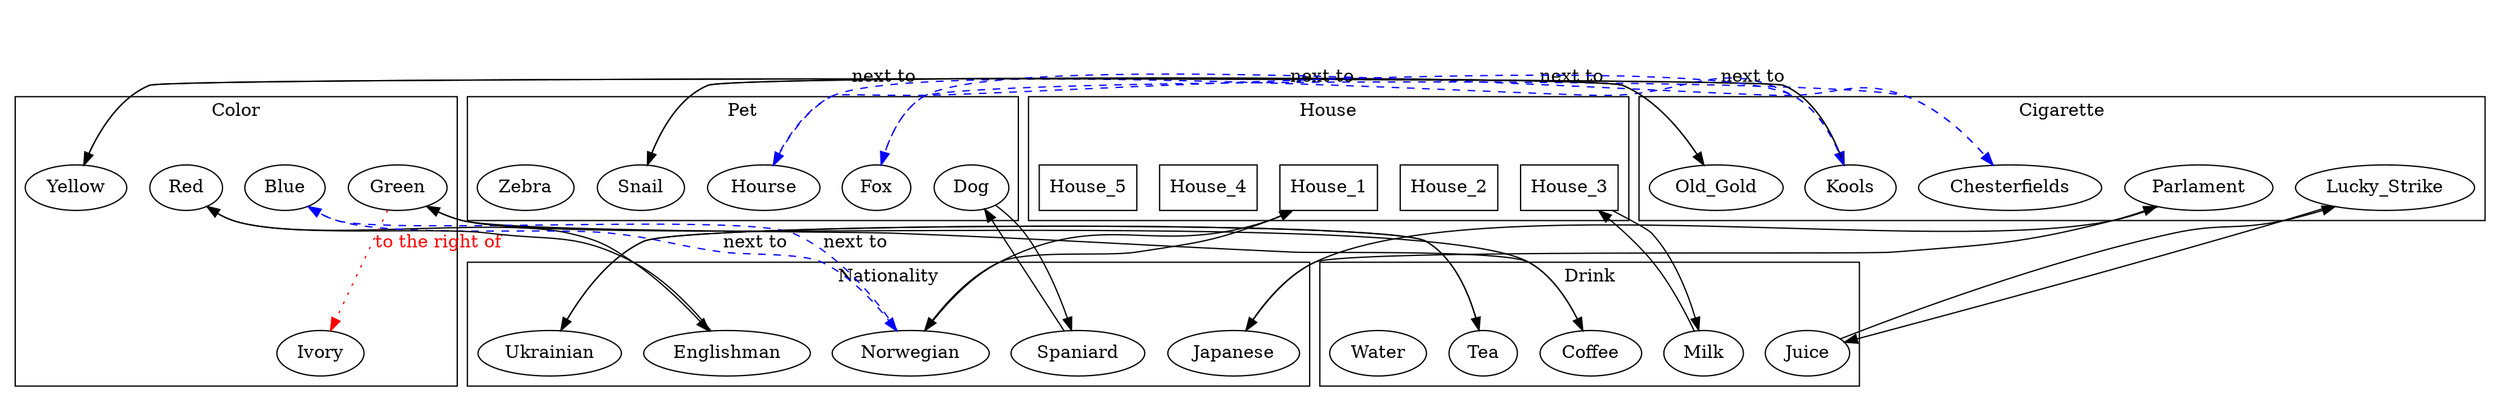
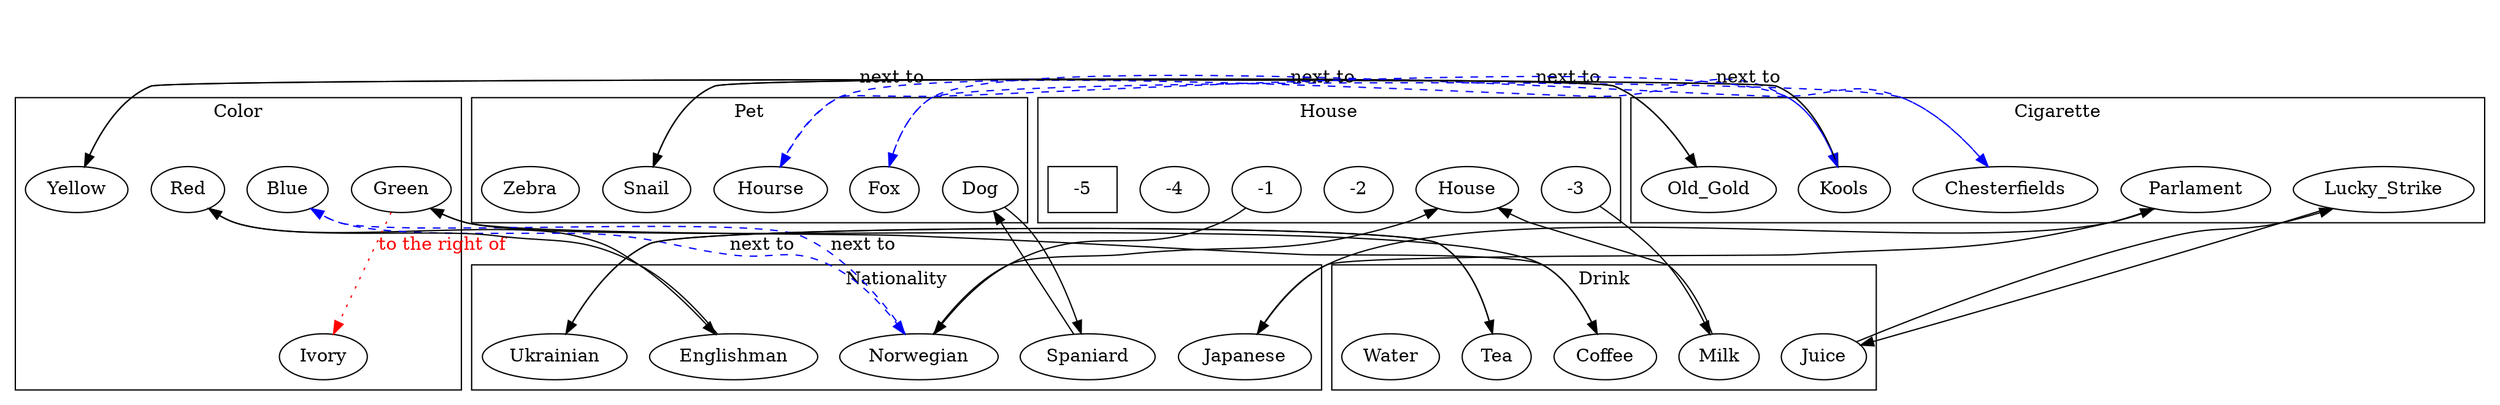
digraph G {
    subgraph cluster_house {
-         House_1, House_2, House_3, House_4, House_5 [shape=box];
+         House-1, House-2, House-3, House-4, House-5 [shape=box];
        label="House";
    }

    subgraph cluster_color {
        Ivory, Yellow, Red, Green, Blue;
        label="Color";
    }

    subgraph cluster_nation {
        Englishman, Spaniard, Ukrainian, Japanese, Norwegian;
        label="Nationality";
    }

    subgraph cluster_pet {
        Dog, Hourse, Snail, Fox, Zebra;
        label="Pet";
    }

    subgraph cluster_cigarette {
        Old_Gold, Chesterfields, Lucky_Strike, Kools, Parlament;
        label="Cigarette";
    }

    subgraph cluster_drink {
        Coffee, Milk, Tea, Juice, Water;
        label="Drink";
    }

    Englishman -> Red;
    Red -> Englishman;

    Spaniard -> Dog;
    Dog -> Spaniard;

    Coffee -> Green;
    Green -> Coffee;

    Ukrainian -> Tea;
    Tea -> Ukrainian;

    Green -> Ivory [label=<<font color="red">to the right of</font>> style=dotted color="red"];

    Old_Gold -> Snail;
    Snail -> Old_Gold;

    Kools -> Yellow;
    Yellow -> Kools;

-     Milk -> House_3;
-     House_3 -> Milk;
+     Milk -> House-3;
+     House-3 -> Milk;

-     Norwegian -> House_1;
-     House_1 -> Norwegian;
+     Norwegian -> House-1;
+     House-1 -> Norwegian;

    Chesterfields -> Fox [label="next to" style=dashed color="blue"];
    Fox -> Chesterfields [label="next to" style=dashed color="blue"];

    Kools -> Hourse [label="next to" style=dashed color="blue"];
    Hourse -> Kools [label="next to" style=dashed color="blue"];

    Lucky_Strike -> Juice;
    Juice -> Lucky_Strike;

    Japanese -> Parlament;
    Parlament -> Japanese;

    Norwegian -> Blue [label="next to" style=dashed color="blue"];
    Blue -> Norwegian [label="next to" style=dashed color="blue"];
}
